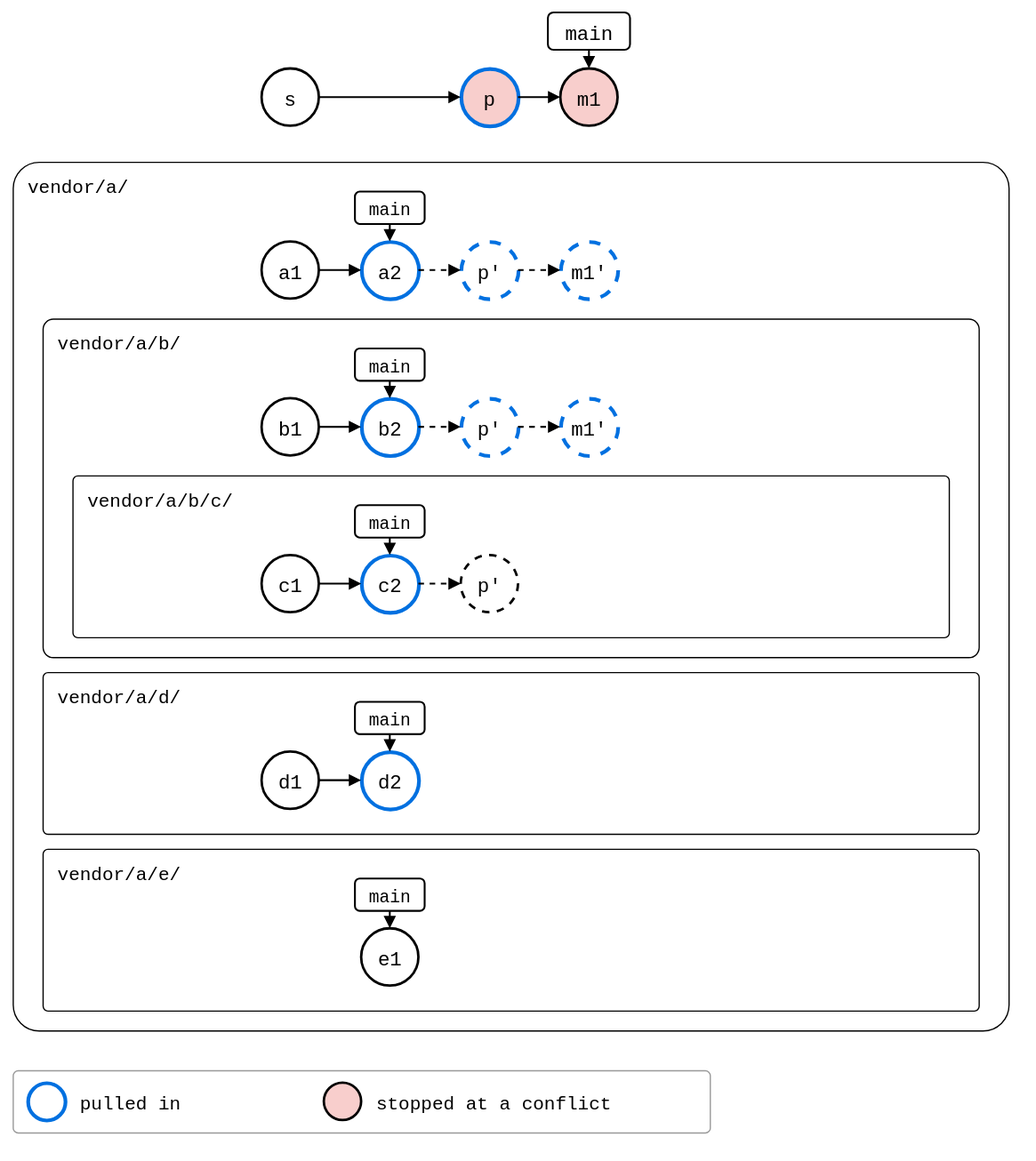
Earlier version of the draw.io export docs/09-scenarios/05-nested-splices/05-recursion/01-recursive-pull/rebased-pulled.drawio.svg (roschaefer/git-splice). Source tidied: cells renumbered, new cells last; positions are measured from the earlier drawing's top-left corner, leaving out a move shared by most shapes.
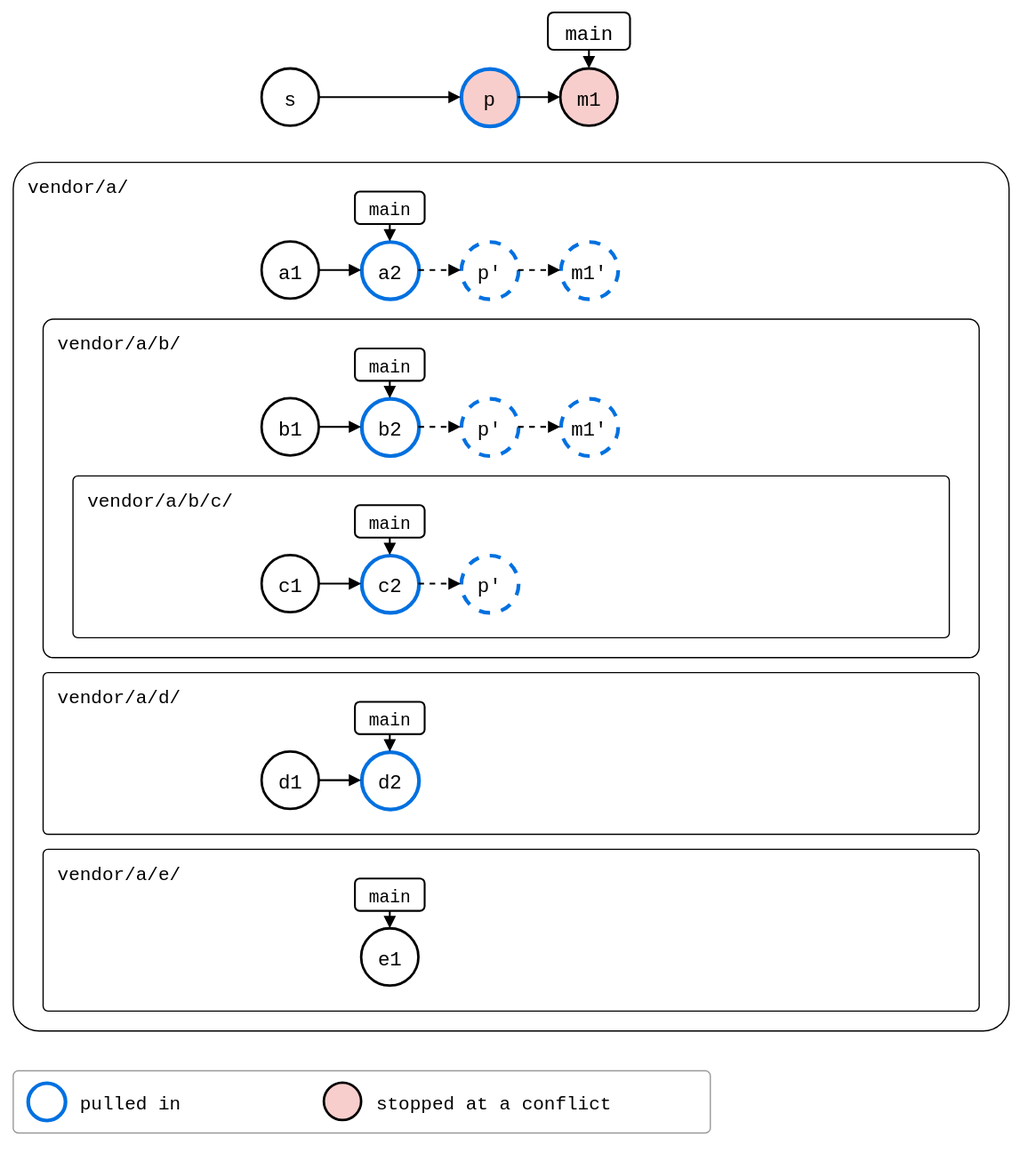
The same diagram one commit later.

Change to the diagram source:
```diff
@@ -74,7 +74,7 @@
     <mxCell id="25" value="c2" style="ellipse;strokeWidth=2;fontSize=16;fontFamily=Roboto Mono,monospace;strokeColor=#0070E0;strokeWidth=3;" parent="1" vertex="1">
       <mxGeometry x="280" y="436" width="46" height="46" as="geometry" />
     </mxCell>
-    <mxCell id="26" value="p'" style="ellipse;strokeWidth=2;fontSize=16;fontFamily=Roboto Mono,monospace;dashed=1;" parent="1" vertex="1">
+    <mxCell id="26" value="p'" style="ellipse;strokeWidth=2;fontSize=16;fontFamily=Roboto Mono,monospace;strokeColor=#0070E0;strokeWidth=3;dashed=1;" parent="1" vertex="1">
       <mxGeometry x="360" y="436" width="46" height="46" as="geometry" />
     </mxCell>
     <mxCell id="27" value="main" style="rounded=1;strokeWidth=1.5;fontSize=16;fontFamily=Roboto Mono,monospace;fontSize=14;" parent="1" vertex="1">
```
